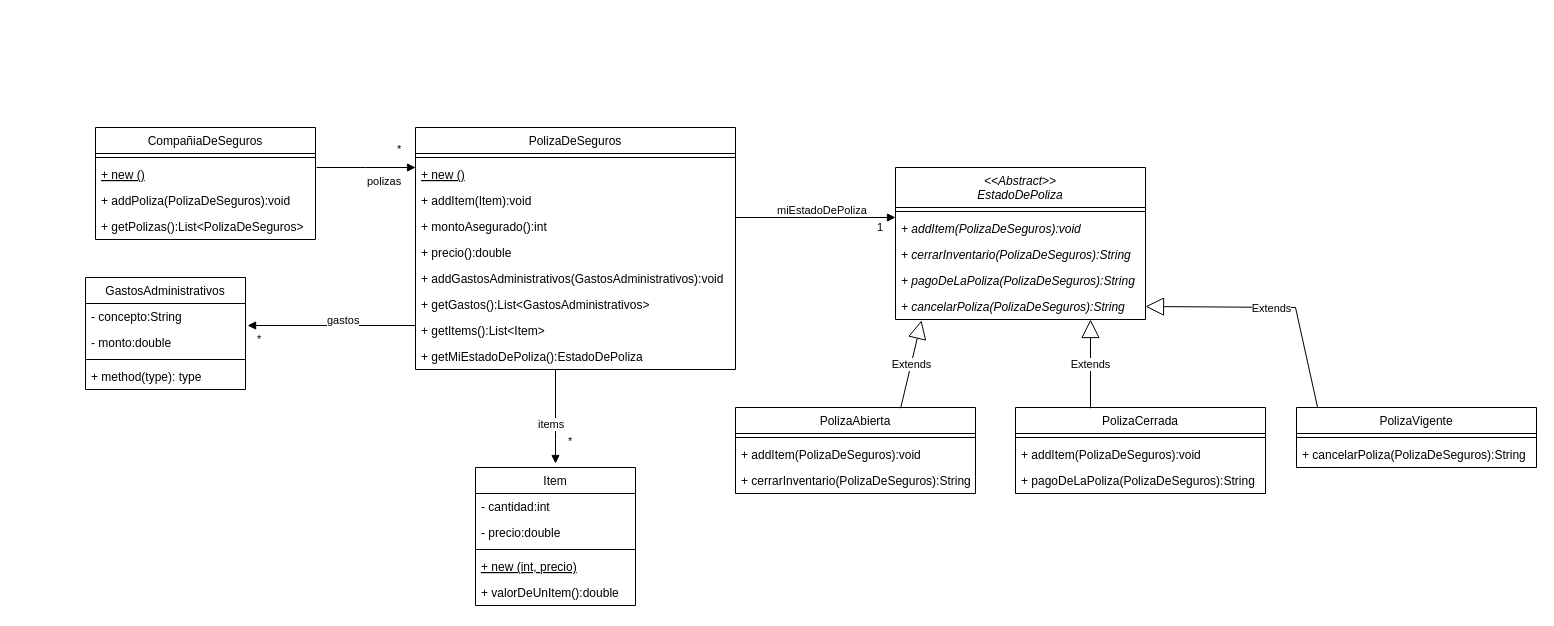
nhubczyk/Diagramas-UML keeps this draw.io diagram as unq-po2-1erParcial-2022-CompañiaDeSeguros.drawio. Above is the earlier version. Source tidied: cells renumbered, new cells numbered last; positions are measured from the earlier drawing's top-left corner, leaving out a move shared by most shapes. Both pictures are drawn from the tidied source at 100%, with x=0, y=0 at pixel (85, 127).
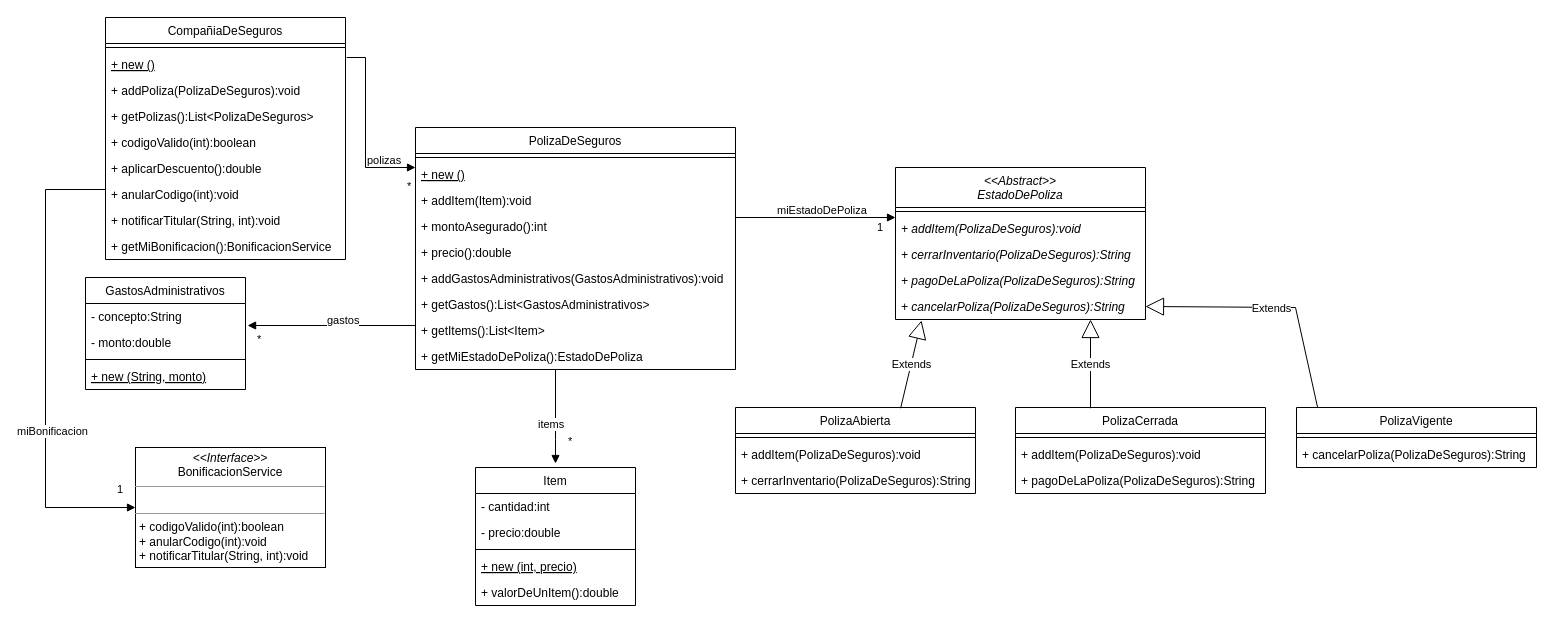
After the change.

The change refers to these unchanged cells:
```xml
<mxCell id="27" value="GastosAdministrativos" style="swimlane;fontStyle=0;align=center;verticalAlign=top;horizontal=1;startSize=26;" parent="1" vertex="1">
  <mxGeometry y="150" width="160" height="112" as="geometry" />
</mxCell>
```

Change to the diagram source:
```diff
@@
     <mxCell id="18" value="CompañiaDeSeguros" style="swimlane;fontStyle=0;align=center;verticalAlign=top;horizontal=1;startSize=26;" parent="1" vertex="1">
-      <mxGeometry x="10" width="220" height="112" as="geometry" />
+      <mxGeometry x="20" y="-110" width="240" height="242" as="geometry" />
     </mxCell>
     <mxCell id="19" style="line;strokeWidth=1;fillColor=none;align=left;verticalAlign=middle;spacingTop=-1;spacingLeft=3;spacingRight=3;labelPosition=right;strokeColor=inherit;" parent="18" vertex="1">
-      <mxGeometry y="26" width="220" height="8" as="geometry" />
+      <mxGeometry y="26" width="240" height="8" as="geometry" />
     </mxCell>
     <mxCell id="20" value="+ new ()" style="text;strokeColor=none;fillColor=none;align=left;verticalAlign=top;spacingLeft=4;spacingRight=4;overflow=hidden;points=[[0,0.5],[1,0.5]];portConstraint=eastwest;fontStyle=4;" parent="18" vertex="1">
-      <mxGeometry y="34" width="220" height="26" as="geometry" />
+      <mxGeometry y="34" width="240" height="26" as="geometry" />
     </mxCell>
     <mxCell id="21" value="+ addPoliza(PolizaDeSeguros):void" style="text;strokeColor=none;fillColor=none;align=left;verticalAlign=top;spacingLeft=4;spacingRight=4;overflow=hidden;points=[[0,0.5],[1,0.5]];portConstraint=eastwest;fontStyle=0;" parent="18" vertex="1">
-      <mxGeometry y="60" width="220" height="26" as="geometry" />
+      <mxGeometry y="60" width="240" height="26" as="geometry" />
     </mxCell>
     <mxCell id="22" value="+ getPolizas():List&lt;PolizaDeSeguros&gt;" style="text;strokeColor=none;fillColor=none;align=left;verticalAlign=top;spacingLeft=4;spacingRight=4;overflow=hidden;fontStyle=0;" parent="18" vertex="1">
-      <mxGeometry y="86" width="220" height="26" as="geometry" />
+      <mxGeometry y="86" width="240" height="26" as="geometry" />
     </mxCell>
+    <mxCell id="56" value="+ codigoValido(int):boolean" style="text;strokeColor=none;fillColor=none;align=left;verticalAlign=top;spacingLeft=4;spacingRight=4;overflow=hidden;fontStyle=0;" parent="18" vertex="1">
+      <mxGeometry y="112" width="240" height="26" as="geometry" />
+    </mxCell>
+    <mxCell id="57" value="+ aplicarDescuento():double" style="text;strokeColor=none;fillColor=none;align=left;verticalAlign=top;spacingLeft=4;spacingRight=4;overflow=hidden;fontStyle=0;" parent="18" vertex="1">
+      <mxGeometry y="138" width="240" height="26" as="geometry" />
+    </mxCell>
+    <mxCell id="58" value="+ anularCodigo(int):void" style="text;strokeColor=none;fillColor=none;align=left;verticalAlign=top;spacingLeft=4;spacingRight=4;overflow=hidden;fontStyle=0;" parent="18" vertex="1">
+      <mxGeometry y="164" width="240" height="26" as="geometry" />
+    </mxCell>
+    <mxCell id="59" value="+ notificarTitular(String, int):void" style="text;strokeColor=none;fillColor=none;align=left;verticalAlign=top;spacingLeft=4;spacingRight=4;overflow=hidden;fontStyle=0;" parent="18" vertex="1">
+      <mxGeometry y="190" width="240" height="26" as="geometry" />
+    </mxCell>
+    <mxCell id="60" value="+ getMiBonificacion():BonificacionService" style="text;strokeColor=none;fillColor=none;align=left;verticalAlign=top;spacingLeft=4;spacingRight=4;overflow=hidden;fontStyle=0;" parent="18" vertex="1">
+      <mxGeometry y="216" width="240" height="26" as="geometry" />
+    </mxCell>
     <mxCell id="23" value="polizas" style="endArrow=block;endFill=1;html=1;edgeStyle=orthogonalEdgeStyle;align=left;verticalAlign=top;rounded=0;exitX=1.005;exitY=0.231;exitDx=0;exitDy=0;exitPerimeter=0;" parent="1" edge="1" source="20">
-      <mxGeometry x="-0.01" relative="1" as="geometry">
+      <mxGeometry x="0.22" relative="1" as="geometry">
         <mxPoint x="330" y="40" as="targetPoint" />
+        <Array as="points">
+          <mxPoint x="280" y="-70" />
+          <mxPoint x="280" y="40" />
+        </Array>
       </mxGeometry>
     </mxCell>
     <mxCell id="24" value="*" style="edgeLabel;html=1;align=left;verticalAlign=bottom;" parent="23" vertex="1">
       <mxGeometry x="-1" relative="1" as="geometry">
-        <mxPoint x="79" y="-10" as="offset" />
+        <mxPoint x="59" y="137" as="offset" />
       </mxGeometry>
     </mxCell>
@@
-    <mxCell id="31" value="+ method(type): type" style="text;strokeColor=none;fillColor=none;align=left;verticalAlign=top;spacingLeft=4;spacingRight=4;overflow=hidden;" parent="27" vertex="1">
+    <mxCell id="31" value="+ new (String, monto)" style="text;strokeColor=none;fillColor=none;align=left;verticalAlign=top;spacingLeft=4;spacingRight=4;overflow=hidden;fontStyle=4;" parent="27" vertex="1">
       <mxGeometry y="86" width="160" height="26" as="geometry" />
     </mxCell>
@@
+    <mxCell id="61" value="&lt;p style=&quot;margin:0px;margin-top:4px;text-align:center;&quot;&gt;&lt;i&gt;&amp;lt;&amp;lt;Interface&amp;gt;&amp;gt;&lt;/i&gt;&lt;br&gt;BonificacionService&lt;/p&gt;&lt;hr size=&quot;1&quot;&gt;&lt;p style=&quot;margin:0px;margin-left:4px;&quot;&gt;&lt;br&gt;&lt;/p&gt;&lt;hr size=&quot;1&quot;&gt;&lt;p style=&quot;margin:0px;margin-left:4px;&quot;&gt;+ codigoValido(int):boolean&lt;/p&gt;&lt;p style=&quot;margin:0px;margin-left:4px;&quot;&gt;+ anularCodigo(int):void&lt;/p&gt;&lt;p style=&quot;margin:0px;margin-left:4px;&quot;&gt;+ notificarTitular(String, int):void&lt;/p&gt;" style="verticalAlign=top;align=left;overflow=fill;fontSize=12;fontFamily=Helvetica;html=1;" parent="1" vertex="1">
+      <mxGeometry x="50" y="320" width="190" height="120" as="geometry" />
+    </mxCell>
+    <mxCell id="62" value="miBonificacion" style="endArrow=block;endFill=1;html=1;edgeStyle=orthogonalEdgeStyle;align=left;verticalAlign=top;rounded=0;exitX=0;exitY=0.077;exitDx=0;exitDy=0;exitPerimeter=0;entryX=0;entryY=0.5;entryDx=0;entryDy=0;" parent="1" edge="1" source="21" target="61">
+      <mxGeometry x="0.38" y="-30" relative="1" as="geometry">
+        <Array as="points">
+          <mxPoint x="-40" y="62" />
+          <mxPoint x="-40" y="380" />
+        </Array>
+      </mxGeometry>
+    </mxCell>
+    <mxCell id="63" value="1" style="edgeLabel;html=1;align=left;verticalAlign=bottom;" parent="62" vertex="1">
+      <mxGeometry x="-1" relative="1" as="geometry">
+        <mxPoint x="10" y="418" as="offset" />
+      </mxGeometry>
+    </mxCell>
```
